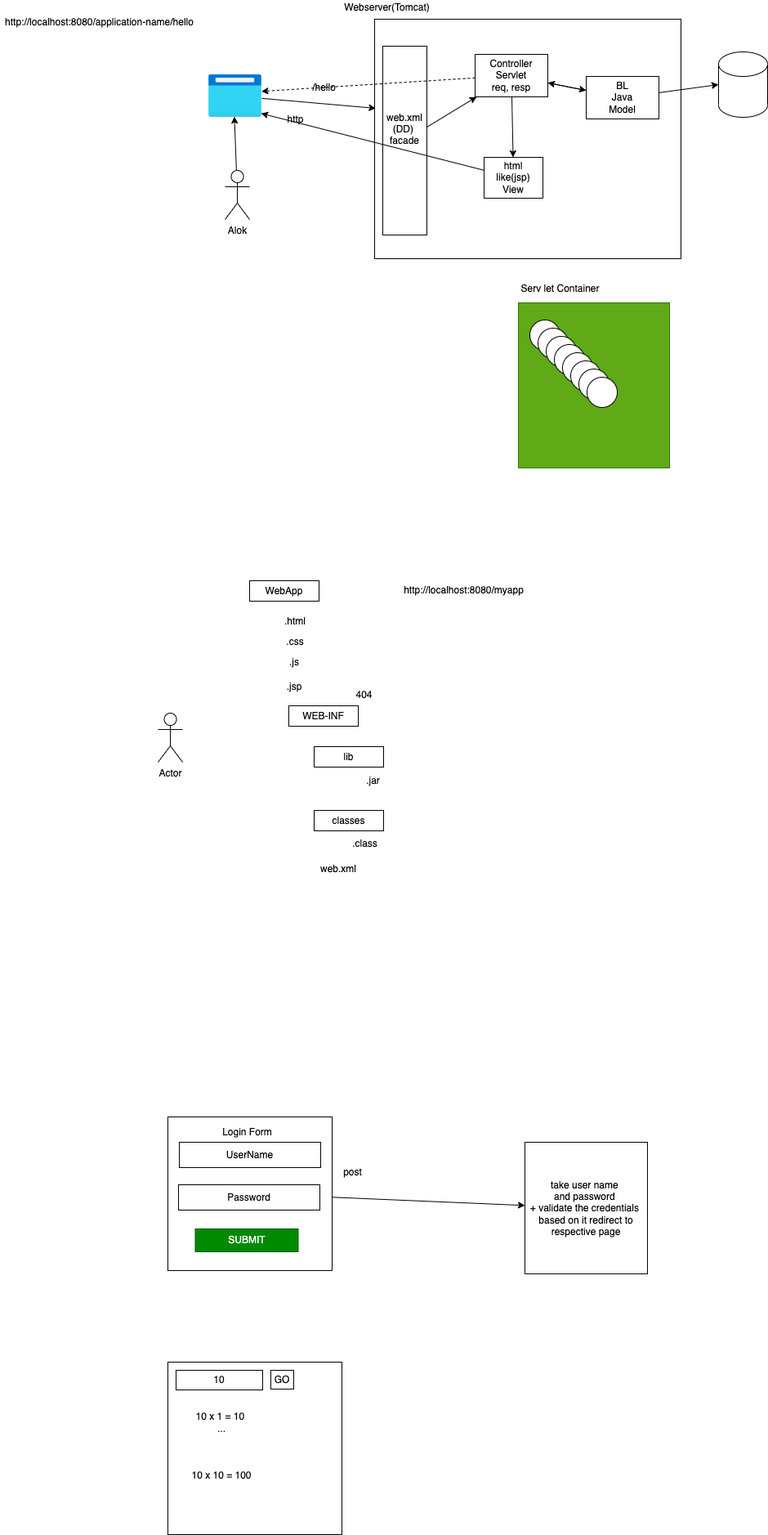
Earlier version of the draw.io export images/day11.drawio.png (adithnaveen/2022-jul-asde-jfs-sapient). Source tidied: cells renumbered, new cells last; positions are measured from the earlier drawing's top-left corner, leaving out a move shared by most shapes.
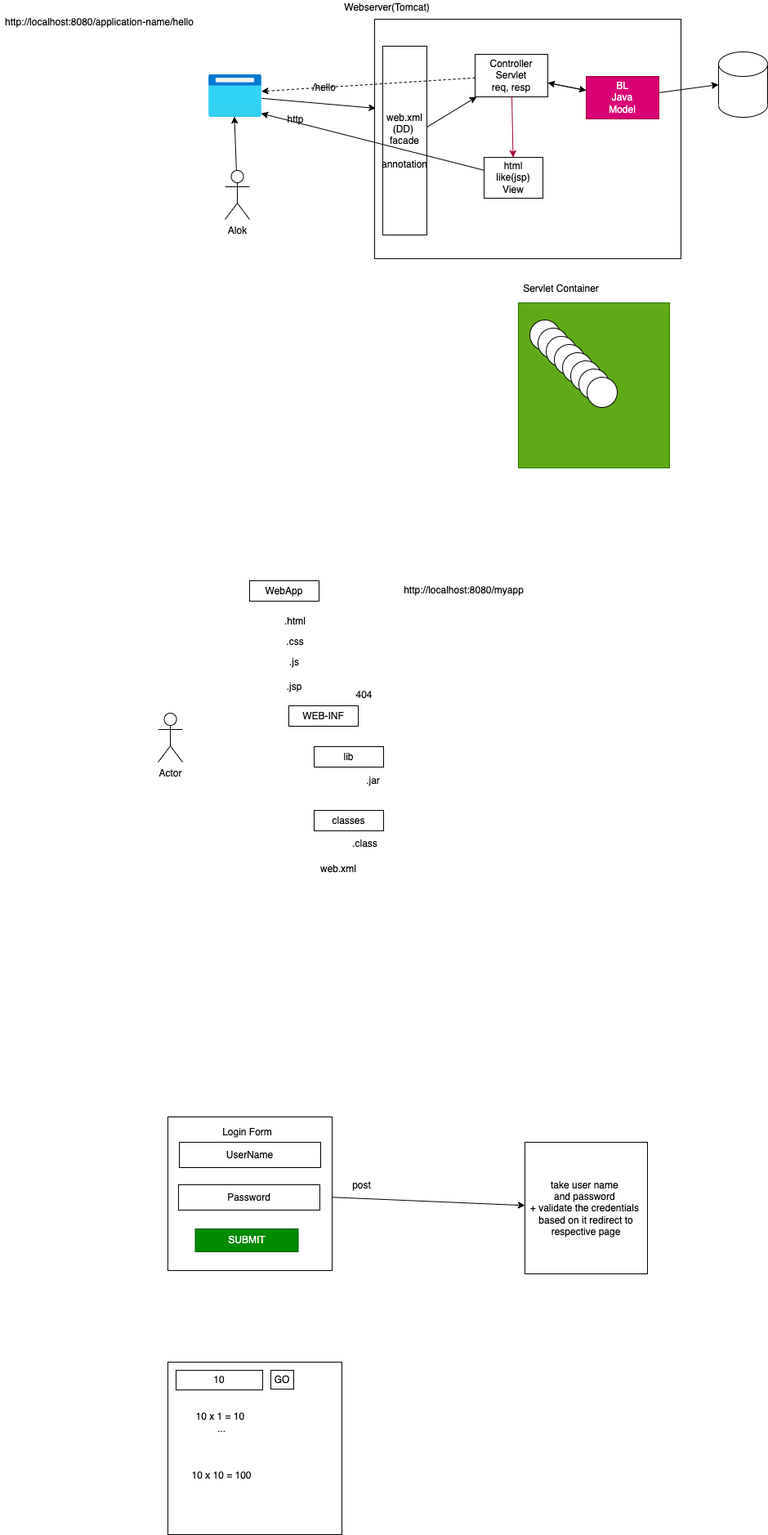
The same diagram one commit later.

What changed in the source:
```diff
@@ -11,7 +11,7 @@
     <mxCell id="4" style="edgeStyle=none;html=1;" parent="1" edge="1" source="5" target="19">
       <mxGeometry relative="1" as="geometry" />
     </mxCell>
-    <mxCell id="5" value="BL&lt;br&gt;Java&lt;br&gt;Model" style="rounded=0;whiteSpace=wrap;html=1;" parent="1" vertex="1">
+    <mxCell id="5" value="BL&lt;br&gt;Java&lt;br&gt;Model" style="rounded=0;whiteSpace=wrap;html=1;fillColor=#d80073;fontColor=#ffffff;strokeColor=#A50040;" parent="1" vertex="1">
       <mxGeometry x="717" y="93" width="89" height="52" as="geometry" />
     </mxCell>
     <mxCell id="6" style="shape=cylinder3;whiteSpace=wrap;html=1;boundedLbl=1;backgroundOutline=1;size=15;" parent="1" vertex="1">
@@ -40,7 +40,7 @@
     <mxCell id="13" style="edgeStyle=none;html=1;" parent="1" edge="1" source="14" target="19">
       <mxGeometry relative="1" as="geometry" />
     </mxCell>
-    <mxCell id="14" value="web.xml&lt;br&gt;(DD)&amp;nbsp;&lt;br&gt;facade&lt;br&gt;&lt;br&gt;&lt;br&gt;" style="rounded=0;whiteSpace=wrap;html=1;" parent="1" vertex="1">
+    <mxCell id="14" value="web.xml&lt;br&gt;(DD)&amp;nbsp;&lt;br&gt;facade&lt;br&gt;&lt;br&gt;annotation" style="rounded=0;whiteSpace=wrap;html=1;" parent="1" vertex="1">
       <mxGeometry x="468" y="56" width="54" height="231" as="geometry" />
     </mxCell>
     <mxCell id="15" value="/hello" style="text;html=1;align=center;verticalAlign=middle;strokeColor=none;fillColor=none;" parent="1" vertex="1">
@@ -49,7 +49,7 @@
     <mxCell id="16" style="edgeStyle=none;html=1;" parent="1" edge="1" source="19" target="5">
       <mxGeometry relative="1" as="geometry" />
     </mxCell>
-    <mxCell id="17" style="edgeStyle=none;html=1;" parent="1" edge="1" source="19" target="21">
+    <mxCell id="17" style="edgeStyle=none;html=1;fillColor=#d80073;strokeColor=#A50040;" parent="1" edge="1" source="19" target="21">
       <mxGeometry relative="1" as="geometry" />
     </mxCell>
     <mxCell id="18" style="edgeStyle=none;html=1;entryX=0.991;entryY=0.39;entryDx=0;entryDy=0;entryPerimeter=0;dashed=1;" parent="1" edge="1" source="19" target="8">
@@ -70,8 +70,8 @@
     <mxCell id="23" style="rounded=0;whiteSpace=wrap;html=1;fillColor=#60a917;fontColor=#ffffff;strokeColor=#2D7600;" parent="1" vertex="1">
       <mxGeometry x="634" y="370" width="185" height="202" as="geometry" />
     </mxCell>
-    <mxCell id="24" value="Serv let Container" style="text;html=1;align=center;verticalAlign=middle;strokeColor=none;fillColor=none;" parent="1" vertex="1">
-      <mxGeometry x="632" y="344" width="106" height="18" as="geometry" />
+    <mxCell id="24" value="Servlet Container" style="text;html=1;align=center;verticalAlign=middle;strokeColor=none;fillColor=none;" parent="1" vertex="1">
+      <mxGeometry x="634" y="344" width="103" height="18" as="geometry" />
     </mxCell>
     <mxCell id="25" style="ellipse;whiteSpace=wrap;html=1;" parent="1" vertex="1">
       <mxGeometry x="648" y="391" width="37" height="37" as="geometry" />
@@ -158,7 +158,7 @@
       <mxGeometry x="238.5" y="1503" width="126" height="28" as="geometry" />
     </mxCell>
     <mxCell id="53" value="post" style="text;html=1;align=center;verticalAlign=middle;strokeColor=none;fillColor=none;" parent="1" vertex="1">
-      <mxGeometry x="414" y="1425" width="33" height="18" as="geometry" />
+      <mxGeometry x="425" y="1441" width="33" height="18" as="geometry" />
     </mxCell>
     <mxCell id="54" value="take user name&amp;nbsp;&lt;br&gt;and password&amp;nbsp;&lt;br&gt;+ validate the credentials&amp;nbsp;&lt;br&gt;based on it redirect to respective page" style="rounded=0;whiteSpace=wrap;html=1;" parent="1" vertex="1">
       <mxGeometry x="642" y="1397" width="150" height="161" as="geometry" />
```
